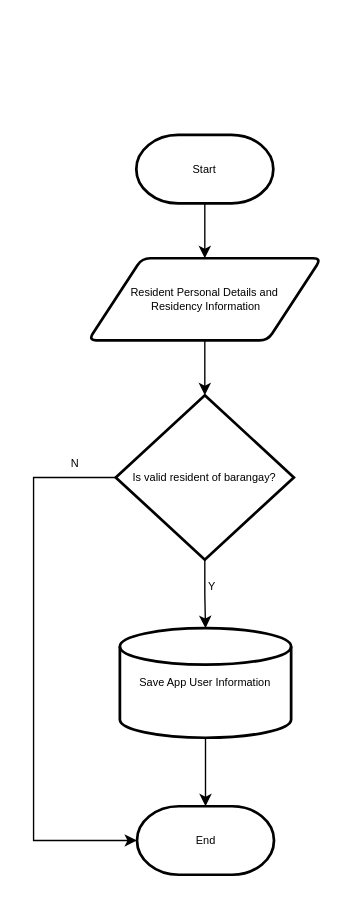
jengfad/capstone keeps this draw.io diagram as page "Page-4" (4 of 9) of joane/Diagram Drafts.drawio. Above is the earlier version. Source tidied: cells renumbered, new cells numbered last; positions are measured from the earlier drawing's top-left corner, leaving out a move shared by most shapes. Both pictures are drawn from the tidied source at 137%, with x=0, y=0 at pixel (33, 134).
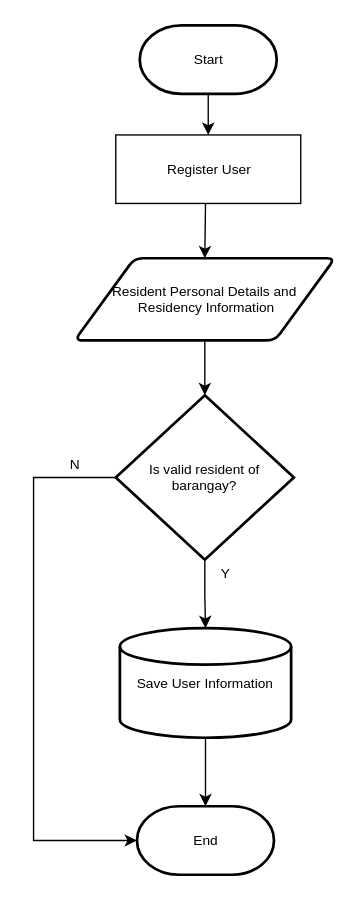
Above is the later version.

Diff of the diagram source:
```diff
@@
 <mxGraphModel>
   <root>
     <mxCell id="0" />
     <mxCell id="1" parent="0" />
-    <mxCell id="2" style="edgeStyle=orthogonalEdgeStyle;rounded=0;jettySize=auto;html=1;fontSize=8;" parent="1" edge="1" source="3" target="5">
-      <mxGeometry relative="1" as="geometry" />
+    <mxCell id="2" style="edgeStyle=orthogonalEdgeStyle;rounded=0;jettySize=auto;html=1;fontSize=8;" parent="1" edge="1" target="5">
+      <mxGeometry relative="1" as="geometry">
+        <mxPoint x="125" y="10" as="sourcePoint" />
+      </mxGeometry>
     </mxCell>
+    <mxCell id="14" style="edgeStyle=orthogonalEdgeStyle;rounded=0;jettySize=auto;html=1;fontSize=10;" parent="1" edge="1" source="3" target="15">
+      <mxGeometry relative="1" as="geometry" />
+    </mxCell>
-    <mxCell id="3" value="Start" style="strokeWidth=2;html=1;shape=mxgraph.flowchart.terminator;whiteSpace=wrap;fontSize=8;" parent="1" vertex="1">
-      <mxGeometry x="75" width="100" height="50" as="geometry" />
+    <mxCell id="3" value="Start" style="strokeWidth=2;html=1;shape=mxgraph.flowchart.terminator;whiteSpace=wrap;fontSize=10;" parent="1" vertex="1">
+      <mxGeometry x="77.5" y="-80" width="100" height="50" as="geometry" />
     </mxCell>
     <mxCell id="4" style="edgeStyle=orthogonalEdgeStyle;rounded=0;jettySize=auto;html=1;fontSize=8;" parent="1" edge="1" source="5" target="8">
       <mxGeometry relative="1" as="geometry" />
     </mxCell>
-    <mxCell id="5" value="Resident Personal Details and&lt;br&gt;&amp;nbsp;Residency Information" style="shape=parallelogram;html=1;strokeWidth=2;perimeter=parallelogramPerimeter;whiteSpace=wrap;rounded=1;arcSize=12;size=0.23;fontSize=8;" parent="1" vertex="1">
-      <mxGeometry x="40" y="90" width="170" height="60" as="geometry" />
+    <mxCell id="5" value="Resident Personal Details and&lt;br style=&quot;font-size: 10px;&quot;&gt;&amp;nbsp;Residency Information" style="shape=parallelogram;html=1;strokeWidth=2;perimeter=parallelogramPerimeter;whiteSpace=wrap;rounded=1;arcSize=12;size=0.23;fontSize=10;" parent="1" vertex="1">
+      <mxGeometry x="30" y="90" width="190" height="60" as="geometry" />
     </mxCell>
     <mxCell id="6" style="edgeStyle=orthogonalEdgeStyle;rounded=0;jettySize=auto;html=1;fontSize=8;" parent="1" edge="1" source="8" target="10">
       <mxGeometry relative="1" as="geometry" />
     </mxCell>
     <mxCell id="7" style="edgeStyle=orthogonalEdgeStyle;rounded=0;jettySize=auto;html=1;entryX=0;entryY=0.5;entryDx=0;entryDy=0;entryPerimeter=0;fontSize=8;exitX=0;exitY=0.5;exitDx=0;exitDy=0;exitPerimeter=0;" parent="1" edge="1" source="8" target="11">
       <mxGeometry relative="1" as="geometry">
         <Array as="points">
           <mxPoint y="250" />
           <mxPoint y="515" />
         </Array>
       </mxGeometry>
     </mxCell>
-    <mxCell id="8" value="Is valid resident of barangay?" style="strokeWidth=2;html=1;shape=mxgraph.flowchart.decision;whiteSpace=wrap;fontSize=8;" parent="1" vertex="1">
+    <mxCell id="8" value="Is valid resident of barangay?" style="strokeWidth=2;html=1;shape=mxgraph.flowchart.decision;whiteSpace=wrap;fontSize=10;" parent="1" vertex="1">
       <mxGeometry x="60" y="190" width="130" height="120" as="geometry" />
     </mxCell>
     <mxCell id="9" style="edgeStyle=orthogonalEdgeStyle;rounded=0;jettySize=auto;html=1;fontSize=8;" parent="1" edge="1" source="10" target="11">
       <mxGeometry relative="1" as="geometry" />
     </mxCell>
-    <mxCell id="10" value="Save App User Information" style="strokeWidth=2;html=1;shape=mxgraph.flowchart.database;whiteSpace=wrap;fontSize=8;" parent="1" vertex="1">
+    <mxCell id="10" value="Save User Information" style="strokeWidth=2;html=1;shape=mxgraph.flowchart.database;whiteSpace=wrap;fontSize=10;" parent="1" vertex="1">
       <mxGeometry x="63" y="360" width="125" height="80" as="geometry" />
     </mxCell>
-    <mxCell id="11" value="End" style="strokeWidth=2;html=1;shape=mxgraph.flowchart.terminator;whiteSpace=wrap;fontSize=8;" parent="1" vertex="1">
+    <mxCell id="11" value="End" style="strokeWidth=2;html=1;shape=mxgraph.flowchart.terminator;whiteSpace=wrap;fontSize=10;" parent="1" vertex="1">
       <mxGeometry x="75.5" y="490" width="100" height="50" as="geometry" />
     </mxCell>
-    <mxCell id="12" value="Y" style="text;html=1;align=center;verticalAlign=middle;strokeColor=none;fontSize=8;" parent="1" vertex="1">
-      <mxGeometry x="120" y="320" width="20" height="20" as="geometry" />
+    <mxCell id="12" value="Y" style="text;html=1;align=center;verticalAlign=middle;strokeColor=none;fontSize=10;" parent="1" vertex="1">
+      <mxGeometry x="130" y="310" width="20" height="20" as="geometry" />
     </mxCell>
-    <mxCell id="13" value="N" style="text;html=1;align=center;verticalAlign=middle;strokeColor=none;fontSize=8;" parent="1" vertex="1">
+    <mxCell id="13" value="N" style="text;html=1;align=center;verticalAlign=middle;strokeColor=none;fontSize=10;" parent="1" vertex="1">
       <mxGeometry x="20" y="230" width="20" height="20" as="geometry" />
     </mxCell>
+    <mxCell id="15" value="Register User" style="html=1;dashed=0;whitespace=wrap;fontSize=10;gradientColor=none;" parent="1" vertex="1">
+      <mxGeometry x="60" width="135" height="50" as="geometry" />
+    </mxCell>
   </root>
 </mxGraphModel>
```
